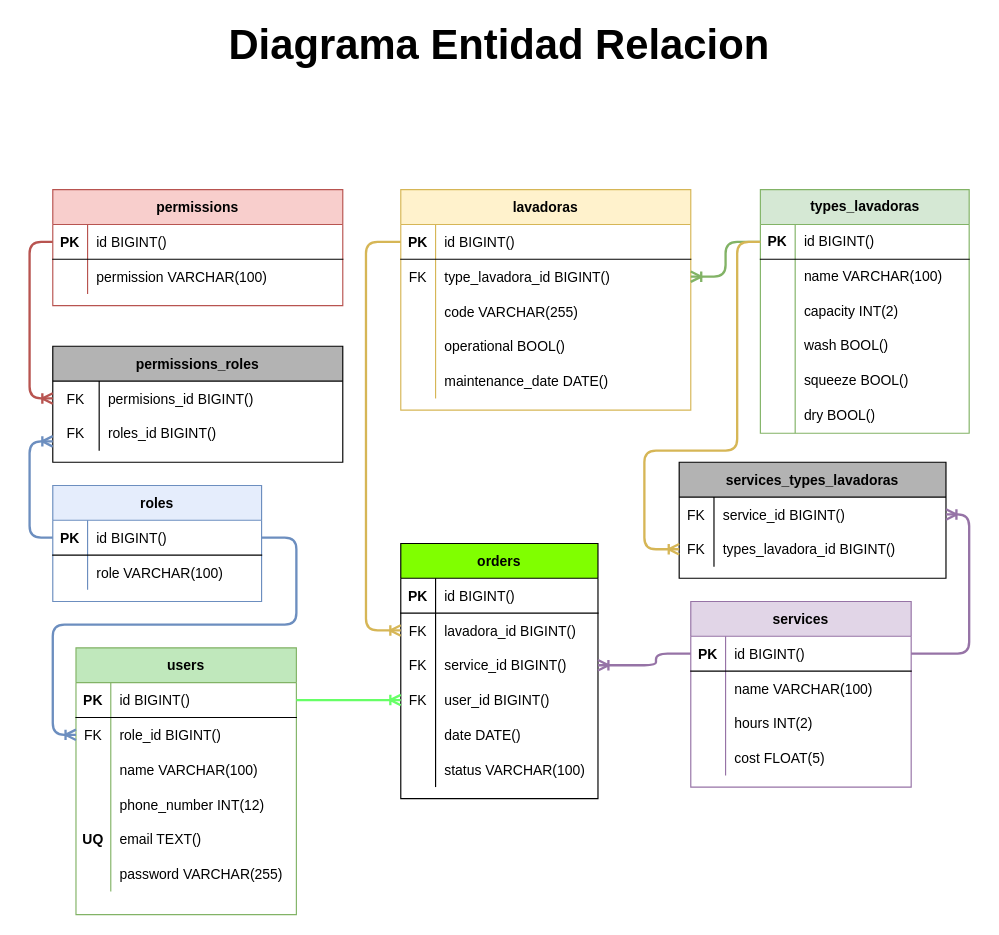
Above: desing/diagrama entidad relacion.drawio in IsacC2005/Ingenieria-del-Software-II (draw.io), before the change. Source tidied: cells renumbered, new cells numbered last; positions are measured from the earlier drawing's top-left corner, leaving out a move shared by most shapes. Both pictures are drawn from the tidied source at 116%, with x=0, y=0 at pixel (29, 27).
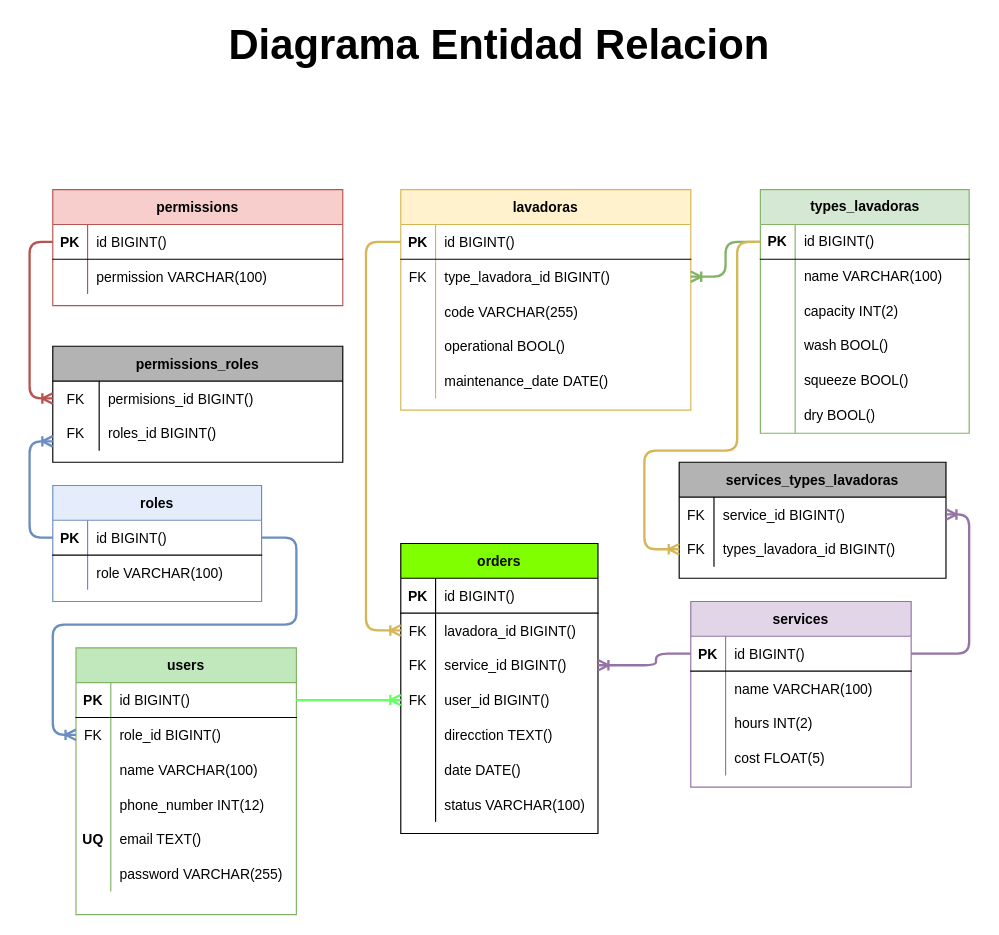
The same diagram, later.

Commit message (it also covers changes not shown here):
Agrege mas casos de uso al diagrama de caso de usos, cree una lista de los permisos que van a ir en la app para manegar todos los casos de usos y cree .png de los diagramas

The change refers to these unchanged cells:
```xml
<mxCell id="110" style="shape=partialRectangle;fillColor=none;top=0;left=0;right=0;bottom=0;" parent="97" vertex="1">
  <mxGeometry y="150" width="170" height="30" as="geometry" />
</mxCell>
```

What changed in the source:
```diff
@@
-<mxGraphModel>
+<mxGraphModel background="#ffffff">
@@
     <mxCell id="97" value="orders" style="shape=table;startSize=30;childLayout=tableLayout;rowLines=0;fontStyle=1;align=center;fillColor=#80FF00;" parent="1" vertex="1">
-      <mxGeometry x="320" y="445" width="170" height="220" as="geometry" />
+      <mxGeometry x="320" y="445" width="170" height="250" as="geometry" />
     </mxCell>
@@
-    <mxCell id="112" value="date DATE()" style="shape=partialRectangle;overflow=hidden;fillColor=none;top=0;left=0;bottom=0;right=0;align=left;spacingLeft=6;" parent="110" vertex="1">
+    <mxCell id="112" value="direcction TEXT()" style="shape=partialRectangle;overflow=hidden;fillColor=none;top=0;left=0;bottom=0;right=0;align=left;spacingLeft=6;" parent="110" vertex="1">
       <mxGeometry x="30" width="140" height="30" as="geometry" />
     </mxCell>
+    <mxCell id="126" style="shape=partialRectangle;fillColor=none;top=0;left=0;right=0;bottom=0;" parent="97" vertex="1">
+      <mxGeometry y="180" width="170" height="30" as="geometry" />
+    </mxCell>
+    <mxCell id="127" style="shape=partialRectangle;overflow=hidden;fillColor=none;top=0;left=0;bottom=0;right=0;" parent="126" vertex="1">
+      <mxGeometry width="30" height="30" as="geometry" />
+    </mxCell>
+    <mxCell id="128" value="date DATE()" style="shape=partialRectangle;overflow=hidden;fillColor=none;top=0;left=0;bottom=0;right=0;align=left;spacingLeft=6;" parent="126" vertex="1">
+      <mxGeometry x="30" width="140" height="30" as="geometry" />
+    </mxCell>
     <mxCell id="113" style="shape=partialRectangle;fillColor=none;top=0;left=0;right=0;bottom=0;" parent="97" vertex="1">
-      <mxGeometry y="180" width="170" height="30" as="geometry" />
+      <mxGeometry y="210" width="170" height="30" as="geometry" />
     </mxCell>
```
